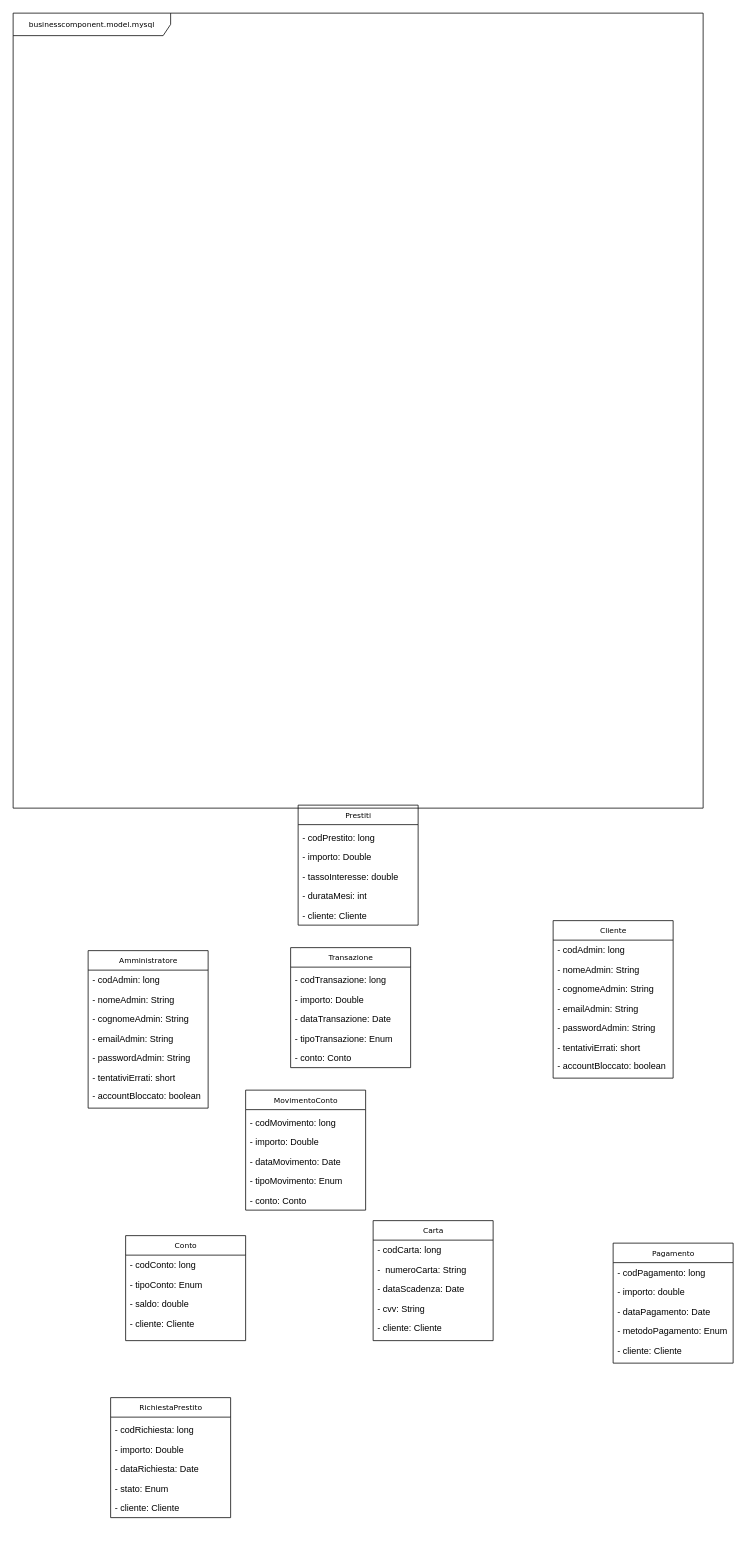
Above: page "model" (1 of 4) of DiagrammaCalssi.drawio in davide-vigano-tas/applicazione-bancaria (draw.io), before the change. Source tidied: cells renumbered, new cells numbered last; positions are measured from the earlier drawing's top-left corner, leaving out a move shared by most shapes. Both pictures are drawn from the tidied source at 75%, with x=0, y=0 at pixel (13, 13).
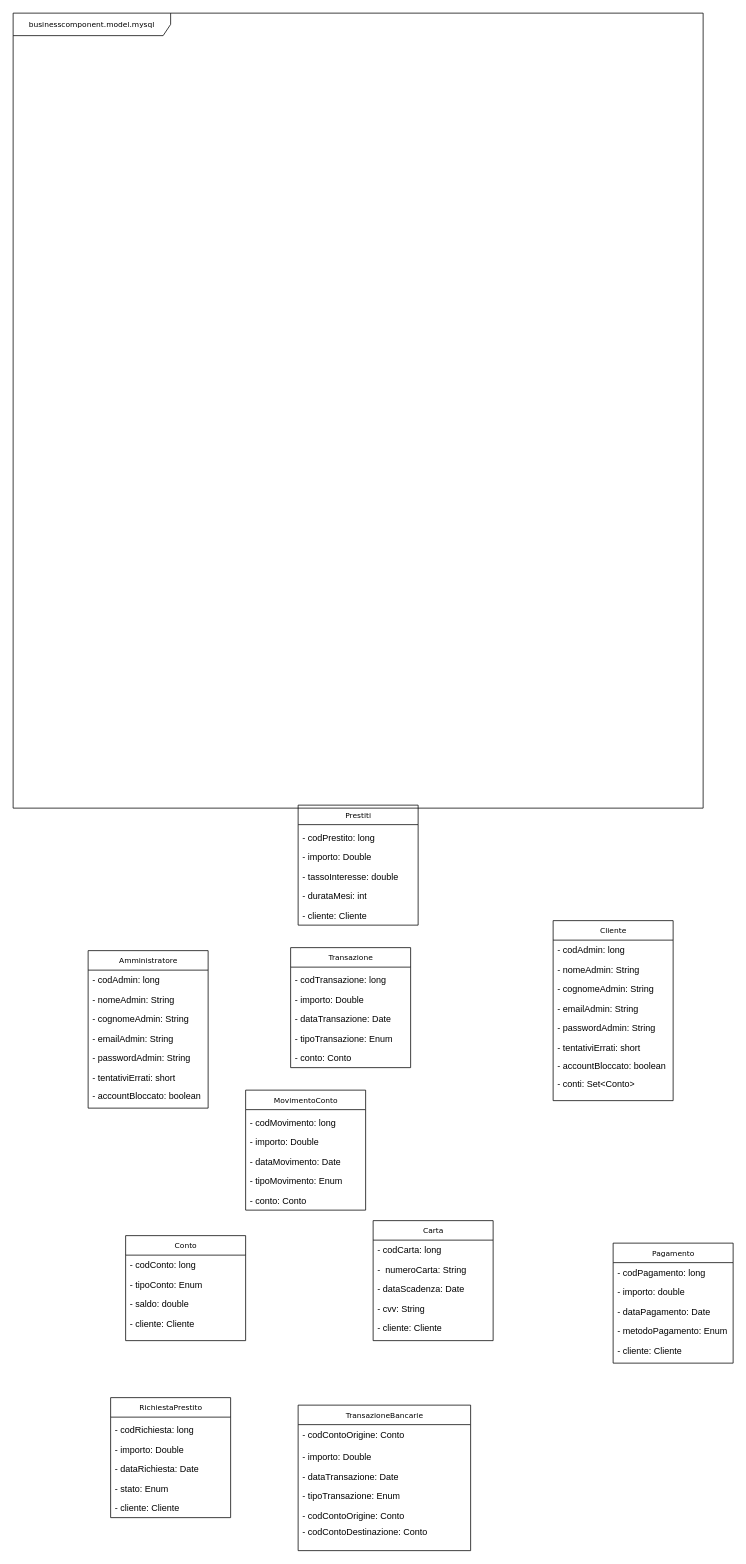
The same page after the edit.

Diff of the diagram source:
```diff
@@
     <mxCell id="11" value="Cliente" style="swimlane;html=1;fontStyle=0;horizontal=1;startSize=26;fillColor=none;swimlaneFillColor=#ffffff;rounded=0;shadow=0;comic=0;labelBackgroundColor=none;strokeWidth=1;fontFamily=Verdana;fontSize=10;align=center;" parent="1" vertex="1">
-      <mxGeometry x="720" y="1210" width="160" height="210" as="geometry" />
+      <mxGeometry x="720" y="1210" width="160" height="240" as="geometry" />
     </mxCell>
@@
+    <mxCell id="64" value="- conti: Set&amp;lt;Conto&amp;gt;" style="text;html=1;strokeColor=none;fillColor=none;align=left;verticalAlign=top;spacingLeft=4;spacingRight=4;whiteSpace=wrap;overflow=hidden;" parent="11" vertex="1">
+      <mxGeometry y="204" width="160" height="24" as="geometry" />
+    </mxCell>
@@
+    <mxCell id="65" style="group;" parent="1" vertex="1">
+      <mxGeometry x="380" y="1860" width="230" height="190" as="geometry" />
+    </mxCell>
+    <mxCell id="66" value="TransazioneBancarie" style="swimlane;html=1;fontStyle=0;horizontal=1;startSize=26;fillColor=none;swimlaneFillColor=#ffffff;rounded=0;shadow=0;comic=0;labelBackgroundColor=none;strokeWidth=1;fontFamily=Verdana;fontSize=10;align=center;" parent="65" vertex="1">
+      <mxGeometry y="-4" width="230" height="194" as="geometry" />
+    </mxCell>
+    <mxCell id="67" value="- codContoOrigine: Conto" style="text;html=1;strokeColor=none;fillColor=none;align=left;verticalAlign=top;spacingLeft=4;spacingRight=4;whiteSpace=wrap;overflow=hidden;" parent="66" vertex="1">
+      <mxGeometry y="26" width="230" height="26" as="geometry" />
+    </mxCell>
+    <mxCell id="68" style="text;html=1;strokeColor=none;fillColor=none;align=left;verticalAlign=top;spacingLeft=4;spacingRight=4;whiteSpace=wrap;overflow=hidden;" parent="66" vertex="1">
+      <mxGeometry y="52" width="230" height="26" as="geometry" />
+    </mxCell>
+    <mxCell id="69" style="text;html=1;strokeColor=none;fillColor=none;align=left;verticalAlign=top;spacingLeft=4;spacingRight=4;whiteSpace=wrap;overflow=hidden;" parent="66" vertex="1">
+      <mxGeometry y="78" width="230" height="26" as="geometry" />
+    </mxCell>
+    <mxCell id="70" style="text;html=1;strokeColor=none;fillColor=none;align=left;verticalAlign=top;spacingLeft=4;spacingRight=4;whiteSpace=wrap;overflow=hidden;" parent="66" vertex="1">
+      <mxGeometry y="104" width="230" height="26" as="geometry" />
+    </mxCell>
+    <mxCell id="71" style="text;html=1;strokeColor=none;fillColor=none;align=left;verticalAlign=top;spacingLeft=4;spacingRight=4;whiteSpace=wrap;overflow=hidden;" parent="66" vertex="1">
+      <mxGeometry y="130" width="230" height="26" as="geometry" />
+    </mxCell>
+    <mxCell id="72" value="- codContoDestinazione: Conto" style="text;html=1;strokeColor=none;fillColor=none;align=left;verticalAlign=top;spacingLeft=4;spacingRight=4;whiteSpace=wrap;overflow=hidden;" parent="66" vertex="1">
+      <mxGeometry y="156" width="230" height="26" as="geometry" />
+    </mxCell>
+    <mxCell id="73" value="- importo: Double" style="text;html=1;strokeColor=none;fillColor=none;align=left;verticalAlign=top;spacingLeft=4;spacingRight=4;whiteSpace=wrap;overflow=hidden;" parent="65" vertex="1">
+      <mxGeometry y="52" width="160" height="26" as="geometry" />
+    </mxCell>
+    <mxCell id="74" value="- dataTransazione: Date" style="text;html=1;strokeColor=none;fillColor=none;align=left;verticalAlign=top;spacingLeft=4;spacingRight=4;whiteSpace=wrap;overflow=hidden;" parent="65" vertex="1">
+      <mxGeometry y="78" width="160" height="26" as="geometry" />
+    </mxCell>
+    <mxCell id="75" value="- tipoTransazione: Enum" style="text;html=1;strokeColor=none;fillColor=none;align=left;verticalAlign=top;spacingLeft=4;spacingRight=4;whiteSpace=wrap;overflow=hidden;" parent="65" vertex="1">
+      <mxGeometry y="104" width="160" height="26" as="geometry" />
+    </mxCell>
+    <mxCell id="76" value="- codContoOrigine: Conto" style="text;html=1;strokeColor=none;fillColor=none;align=left;verticalAlign=top;spacingLeft=4;spacingRight=4;whiteSpace=wrap;overflow=hidden;" parent="65" vertex="1">
+      <mxGeometry y="130" width="160" height="26" as="geometry" />
+    </mxCell>
```
